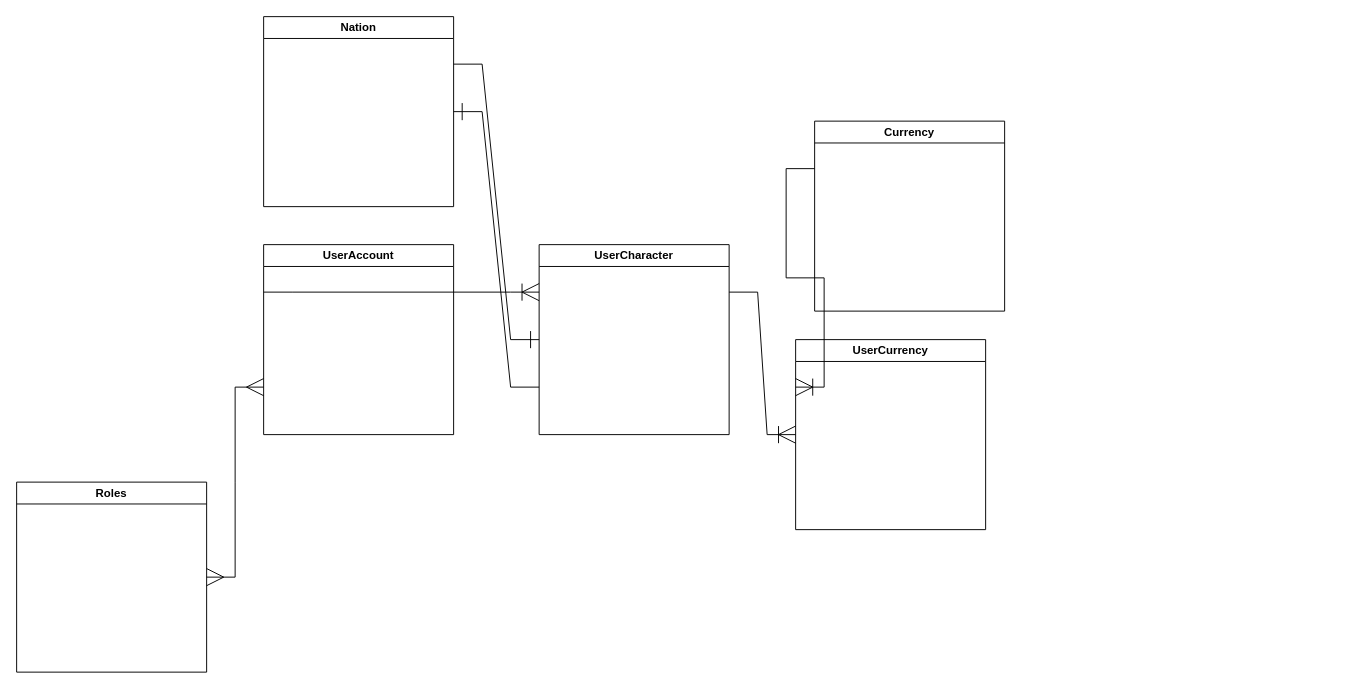
Before: Docs/Databas_scheme.drawio in lwaw/fantasy-sim-backend, a draw.io diagram. Source tidied: cells renumbered, new cells numbered last; positions are measured from the earlier drawing's top-left corner, leaving out a move shared by most shapes. Both pictures are drawn from the tidied source at 95%, with x=0, y=0 at pixel (16, 16).
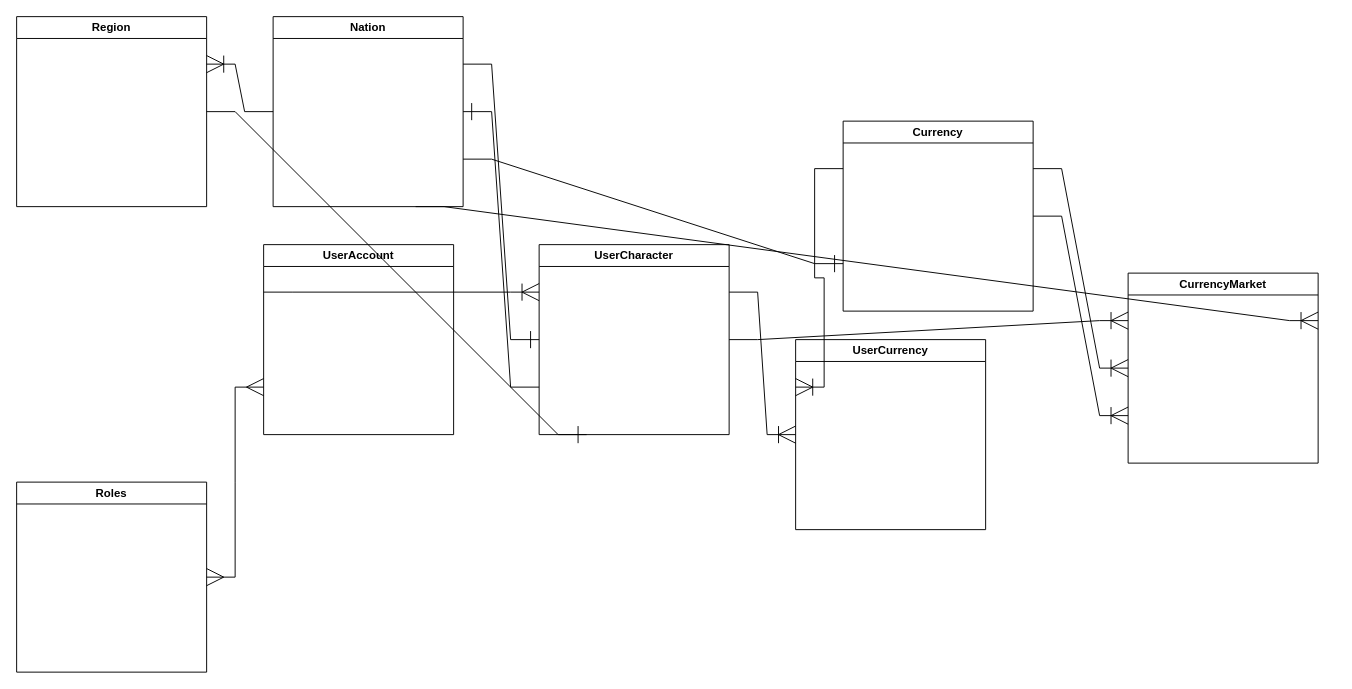
After the change.

The change refers to these unchanged cells:
```xml
<mxCell id="4" value="UserCharacter" style="swimlane;whiteSpace=wrap;html=1;" parent="1" vertex="1">
  <mxGeometry x="550" y="240" width="200" height="200" as="geometry" />
</mxCell>
```

Change to the diagram source:
```diff
@@
     <mxCell id="2" value="Currency" style="swimlane;whiteSpace=wrap;html=1;" parent="1" vertex="1">
-      <mxGeometry x="840" y="110" width="200" height="200" as="geometry" />
+      <mxGeometry x="870" y="110" width="200" height="200" as="geometry" />
     </mxCell>
@@
     <mxCell id="11" value="Nation" style="swimlane;whiteSpace=wrap;html=1;" parent="1" vertex="1">
-      <mxGeometry x="260" width="200" height="200" as="geometry" />
+      <mxGeometry x="270" width="200" height="200" as="geometry" />
     </mxCell>
@@
+    <mxCell id="14" value="Region" style="swimlane;whiteSpace=wrap;html=1;" parent="1" vertex="1">
+      <mxGeometry width="200" height="200" as="geometry" />
+    </mxCell>
+    <mxCell id="15" style="edgeStyle=entityRelationEdgeStyle;fontSize=12;html=1;endArrow=ERoneToMany;rounded=0;endSize=16;entryX=1;entryY=0.25;entryDx=0;entryDy=0;exitX=0;exitY=0.5;exitDx=0;exitDy=0;" parent="1" edge="1" source="11" target="14">
+      <mxGeometry relative="1" as="geometry" />
+    </mxCell>
+    <mxCell id="16" style="edgeStyle=entityRelationEdgeStyle;fontSize=12;html=1;endArrow=ERone;endFill=1;rounded=0;startSize=16;endSize=16;exitX=1;exitY=0.75;exitDx=0;exitDy=0;entryX=0;entryY=0.75;entryDx=0;entryDy=0;" parent="1" edge="1" source="11" target="2">
+      <mxGeometry x="-1" y="233" relative="1" as="geometry">
+        <mxPoint x="-230" y="193" as="offset" />
+      </mxGeometry>
+    </mxCell>
+    <mxCell id="17" value="CurrencyMarket" style="swimlane;whiteSpace=wrap;html=1;startSize=23;" parent="1" vertex="1">
+      <mxGeometry x="1170" y="270" width="200" height="200" as="geometry" />
+    </mxCell>
+    <mxCell id="18" style="edgeStyle=entityRelationEdgeStyle;fontSize=12;html=1;endArrow=ERoneToMany;rounded=0;endSize=16;exitX=1;exitY=0.5;exitDx=0;exitDy=0;entryX=0;entryY=0.25;entryDx=0;entryDy=0;" parent="1" edge="1" source="4" target="17">
+      <mxGeometry relative="1" as="geometry" />
+    </mxCell>
+    <mxCell id="19" style="edgeStyle=entityRelationEdgeStyle;fontSize=12;html=1;endArrow=ERoneToMany;rounded=0;endSize=16;exitX=1;exitY=0.25;exitDx=0;exitDy=0;entryX=0;entryY=0.5;entryDx=0;entryDy=0;" parent="1" edge="1" source="2" target="17">
+      <mxGeometry relative="1" as="geometry" />
+    </mxCell>
+    <mxCell id="20" style="edgeStyle=entityRelationEdgeStyle;fontSize=12;html=1;endArrow=ERoneToMany;rounded=0;endSize=16;exitX=1;exitY=0.5;exitDx=0;exitDy=0;entryX=0;entryY=0.75;entryDx=0;entryDy=0;" parent="1" edge="1" source="2" target="17">
+      <mxGeometry relative="1" as="geometry" />
+    </mxCell>
+    <mxCell id="21" style="edgeStyle=entityRelationEdgeStyle;fontSize=12;html=1;endArrow=ERoneToMany;rounded=0;endSize=16;entryX=1;entryY=0.25;entryDx=0;entryDy=0;exitX=0.75;exitY=1;exitDx=0;exitDy=0;" parent="1" edge="1" source="11" target="17">
+      <mxGeometry relative="1" as="geometry" />
+    </mxCell>
+    <mxCell id="22" style="edgeStyle=entityRelationEdgeStyle;fontSize=12;html=1;endArrow=ERone;endFill=1;rounded=0;startSize=16;endSize=16;exitX=1;exitY=0.5;exitDx=0;exitDy=0;entryX=0.25;entryY=1;entryDx=0;entryDy=0;" parent="1" edge="1" source="14" target="4">
+      <mxGeometry x="-1" y="233" relative="1" as="geometry">
+        <mxPoint x="-230" y="193" as="offset" />
+      </mxGeometry>
+    </mxCell>
```
